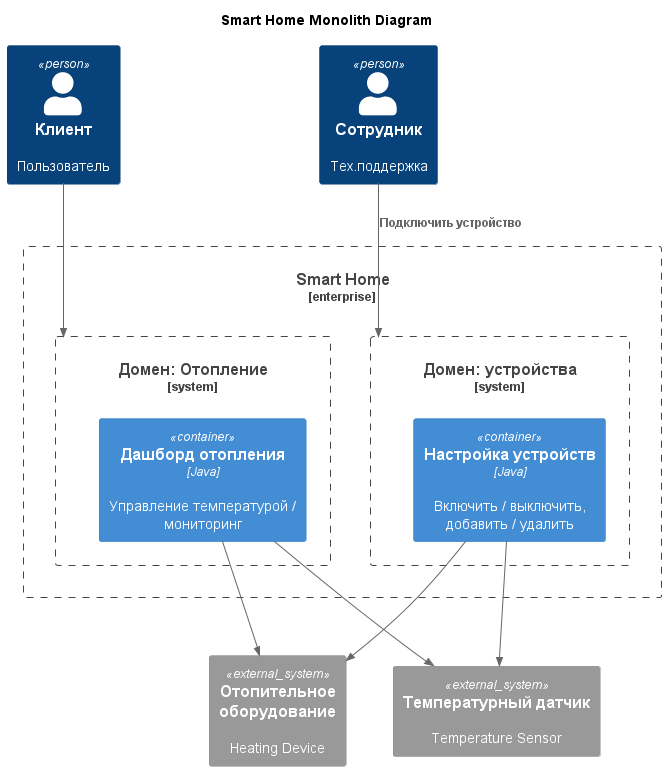
The PlantUML diagram docs/images/smart-home-monolith-c4.png in AlbertDavletov/architecture-sprint-3, before a commit. Source of this version:
```plantuml
@startuml
title Smart Home Monolith Diagram
!include https://raw.githubusercontent.com/plantuml-stdlib/C4-PlantUML/master/C4_Component.puml

top to bottom direction

Person(customer, "Клиент", "Пользователь")
Person(support, "Сотрудник", "Тех.поддержка")

Enterprise_Boundary(monolith, "Smart Home") {
    System_Boundary(heatingSystem, "Домен: Отопление") {
        Container(heatingContainer, "Дашборд отопления", "Java", "Управление температурой / мониторинг")

    }
    System_Boundary(deviceSystem, "Домен: устройства") {
        Container(deviceContainer, "Настройка устройств", "Java", "Включить / выключить, добавить / удалить")
    }
}

System_Ext(heatingDevices, "Отопительное оборудование", "Heating Device")
System_Ext(heatingSensor, "Температурный датчик", "Temperature Sensor")

Rel(customer, heatingSystem, "")
Rel(support, deviceSystem, "Подключить устройство")

Rel(heatingContainer, heatingDevices, "")
Rel(heatingContainer, heatingSensor, "")
Rel(deviceContainer, heatingDevices, "")
Rel(deviceContainer, heatingSensor, "")

@enduml
```
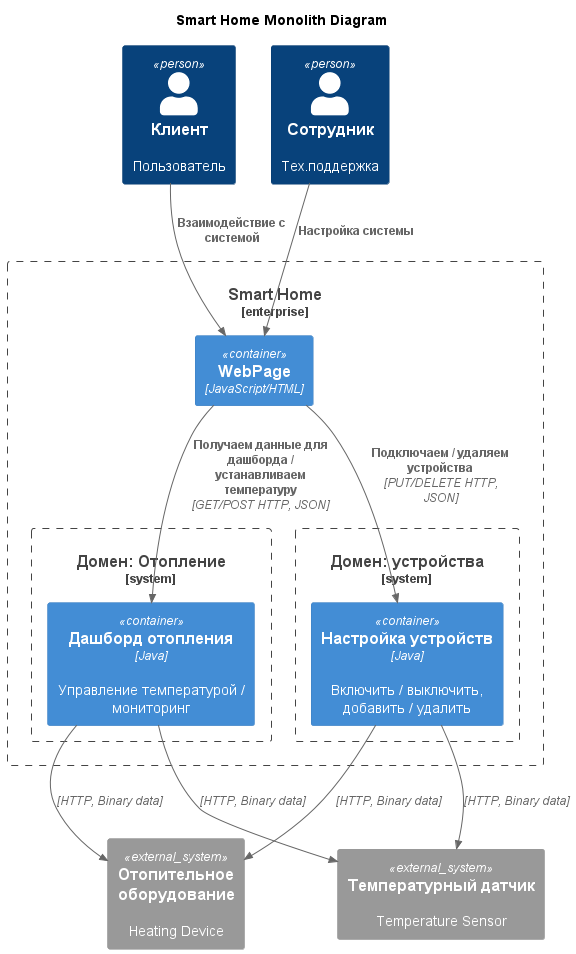
The same file after the commit.

What changed in the source:
```diff
@@ -8,6 +8,8 @@
 Person(support, "Сотрудник", "Тех.поддержка")
 
 Enterprise_Boundary(monolith, "Smart Home") {
+    Container(UIContainer, "WebPage", "JavaScript/HTML")
+
     System_Boundary(heatingSystem, "Домен: Отопление") {
         Container(heatingContainer, "Дашборд отопления", "Java", "Управление температурой / мониторинг")
 
@@ -20,12 +22,14 @@
 System_Ext(heatingDevices, "Отопительное оборудование", "Heating Device")
 System_Ext(heatingSensor, "Температурный датчик", "Temperature Sensor")
 
-Rel(customer, heatingSystem, "")
-Rel(support, deviceSystem, "Подключить устройство")
+Rel(customer, UIContainer, "Взаимодействие с системой")
+Rel(support, UIContainer, "Настройка системы")
+Rel(UIContainer, heatingContainer, "Получаем данные для дашборда / устанавливаем температуру", "GET/POST HTTP, JSON")
+Rel(UIContainer, deviceContainer, "Подключаем / удаляем устройства", "PUT/DELETE HTTP, JSON")
 
-Rel(heatingContainer, heatingDevices, "")
-Rel(heatingContainer, heatingSensor, "")
-Rel(deviceContainer, heatingDevices, "")
-Rel(deviceContainer, heatingSensor, "")
+Rel(heatingContainer, heatingDevices, "", "HTTP, Binary data")
+Rel(heatingContainer, heatingSensor, "", "HTTP, Binary data")
+Rel(deviceContainer, heatingDevices, "", "HTTP, Binary data")
+Rel(deviceContainer, heatingSensor, "", "HTTP, Binary data")
 
 @enduml
```
